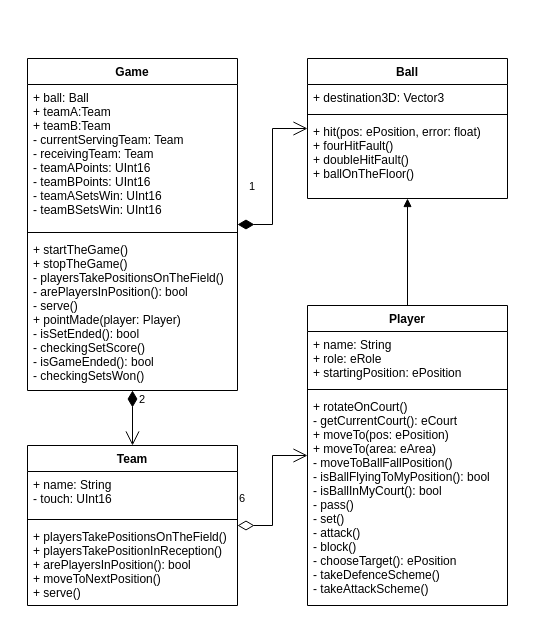
Earlier version of the draw.io diagram Project/Documentation/Diagrams/entities.drawio (mikymaione/Folie). Source tidied: cells renumbered, new cells numbered last; positions are measured from the earlier drawing's top-left corner, leaving out a move shared by most shapes. Both pictures are drawn from the tidied source at 100%, with x=0, y=0 at pixel (27, 58).
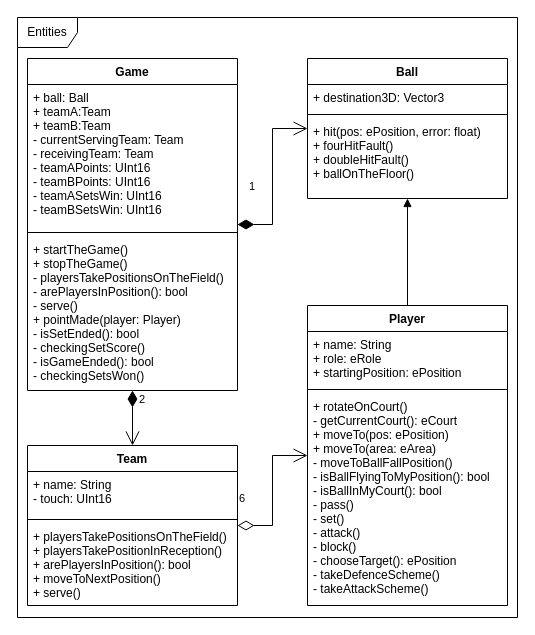
After the change.

The edit, as a diff of the source:
```diff
@@
+    <mxCell id="23" value="Entities" style="shape=umlFrame;whiteSpace=wrap;html=1;" parent="1" vertex="1">
+      <mxGeometry x="-10" y="-41" width="500" height="600" as="geometry" />
+    </mxCell>
```
